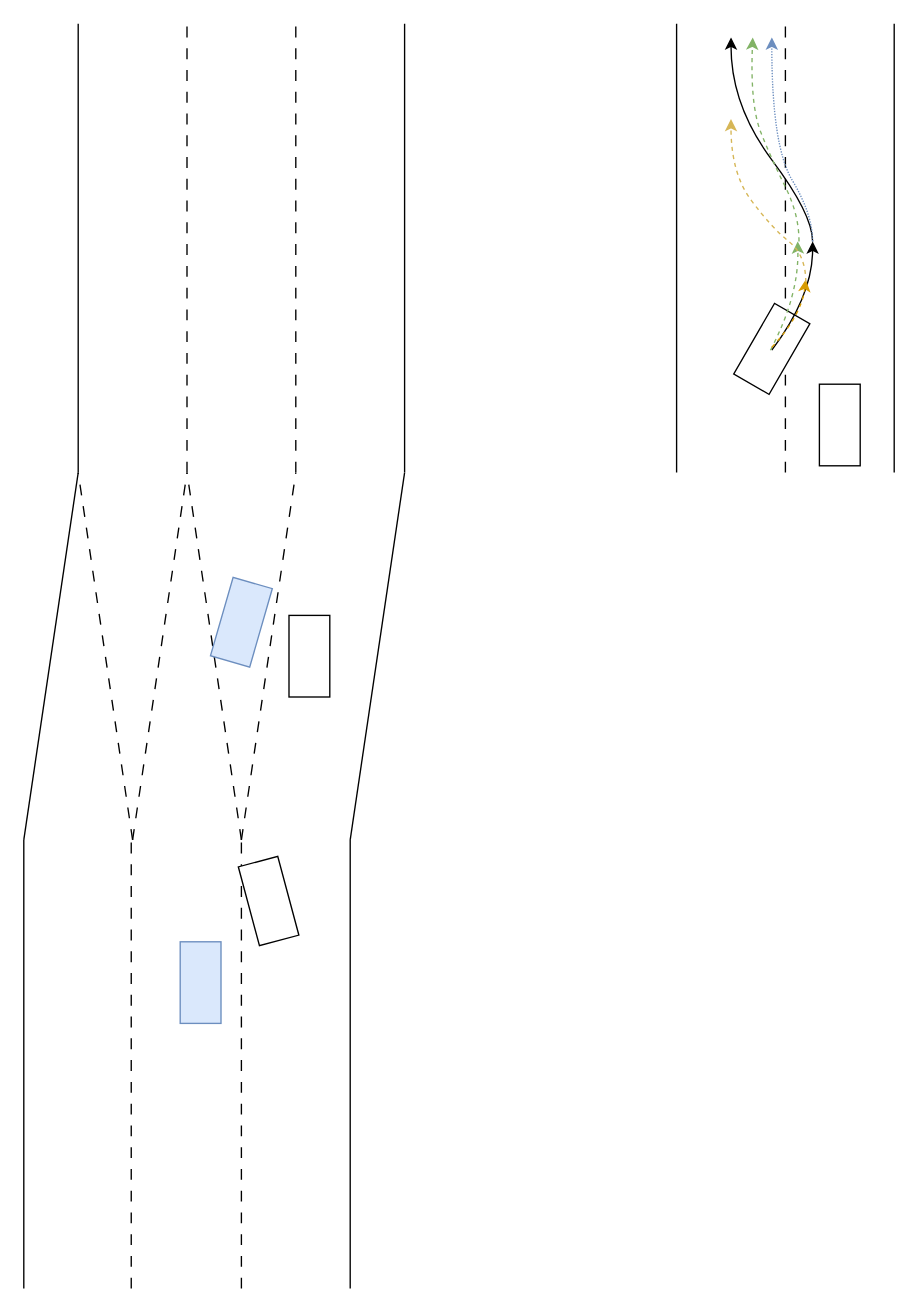
Earlier version of the draw.io diagram Files/trajectory.drawio (zhangjoey115/Diagrams). Source tidied: cells renumbered, new cells numbered last; positions are measured from the earlier drawing's top-left corner, leaving out a move shared by most shapes. Both pictures are drawn from the tidied source at 136%, with x=0, y=0 at pixel (23, 23).
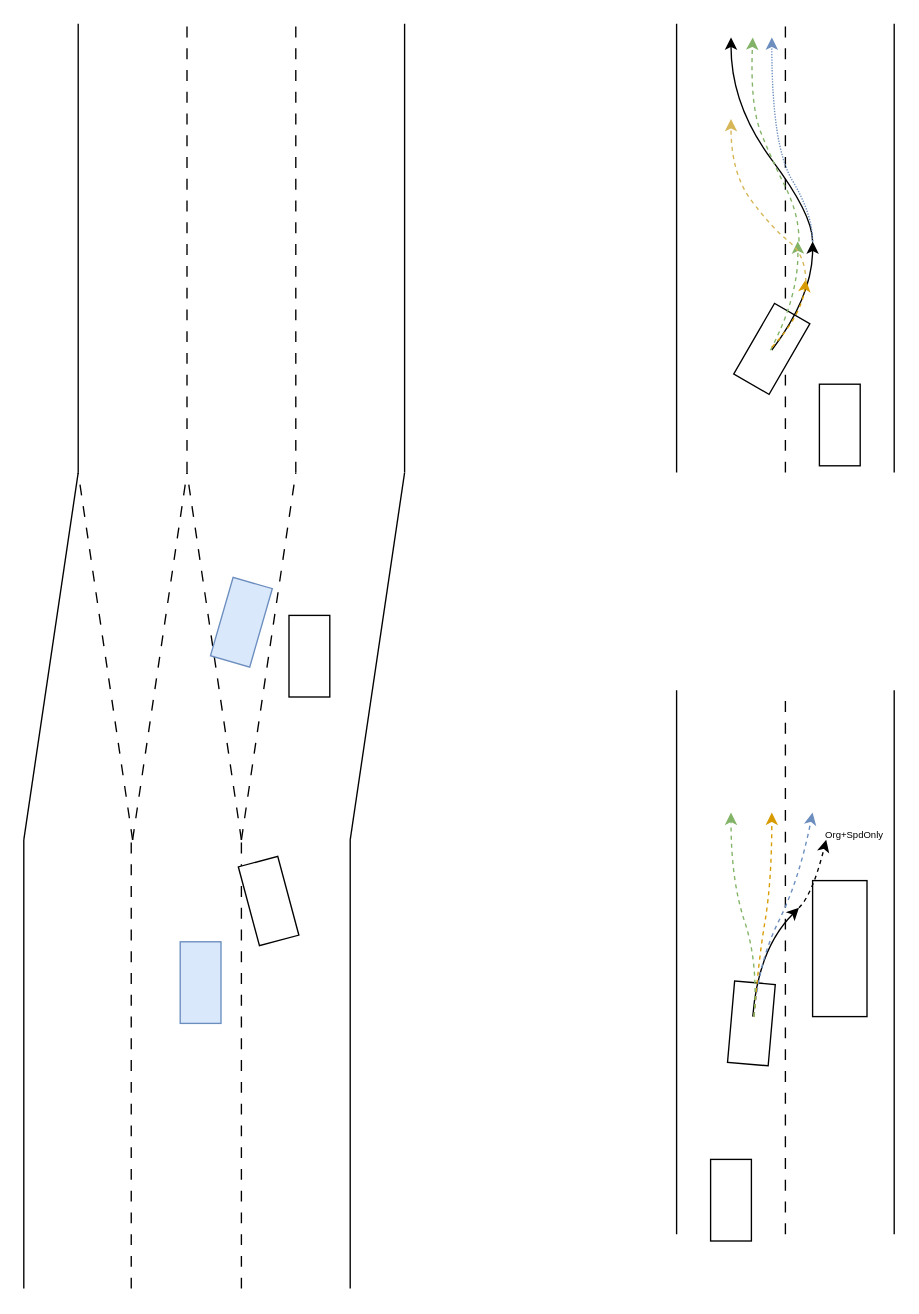
After the change.

Diff of the diagram source:
```diff
@@
+    <mxCell id="32" style="endArrow=none;html=1;rounded=0;" parent="1" edge="1">
+      <mxGeometry relative="1" as="geometry">
+        <mxPoint x="480" y="890" as="sourcePoint" />
+        <mxPoint x="480" y="490" as="targetPoint" />
+      </mxGeometry>
+    </mxCell>
+    <mxCell id="33" style="endArrow=none;html=1;rounded=0;" parent="1" edge="1">
+      <mxGeometry relative="1" as="geometry">
+        <mxPoint x="640" y="890" as="sourcePoint" />
+        <mxPoint x="640" y="490" as="targetPoint" />
+      </mxGeometry>
+    </mxCell>
+    <mxCell id="34" style="endArrow=none;dashed=1;html=1;rounded=0;dashPattern=8 8;" parent="1" edge="1">
+      <mxGeometry relative="1" as="geometry">
+        <mxPoint x="560" y="890" as="sourcePoint" />
+        <mxPoint x="560" y="490" as="targetPoint" />
+      </mxGeometry>
+    </mxCell>
+    <mxCell id="35" style="rounded=0;whiteSpace=wrap;html=1;rotation=-85;" parent="1" vertex="1">
+      <mxGeometry x="505" y="720" width="60" height="30" as="geometry" />
+    </mxCell>
+    <mxCell id="36" style="rounded=0;whiteSpace=wrap;html=1;rotation=-90;" parent="1" vertex="1">
+      <mxGeometry x="550" y="660" width="100" height="40" as="geometry" />
+    </mxCell>
+    <mxCell id="37" style="curved=1;endArrow=classic;html=1;rounded=0;" parent="1" edge="1">
+      <mxGeometry relative="1" as="geometry">
+        <mxPoint x="536" y="730" as="sourcePoint" />
+        <mxPoint x="570" y="650" as="targetPoint" />
+        <Array as="points">
+          <mxPoint x="540" y="680" />
+        </Array>
+      </mxGeometry>
+    </mxCell>
+    <mxCell id="38" style="rounded=0;whiteSpace=wrap;html=1;rotation=-90;" parent="1" vertex="1">
+      <mxGeometry x="490" y="850" width="60" height="30" as="geometry" />
+    </mxCell>
+    <mxCell id="39" style="curved=1;endArrow=classic;html=1;rounded=0;dashed=1;" parent="1" edge="1">
+      <mxGeometry relative="1" as="geometry">
+        <mxPoint x="570" y="650" as="sourcePoint" />
+        <mxPoint x="590" y="600" as="targetPoint" />
+        <Array as="points">
+          <mxPoint x="580" y="640" />
+        </Array>
+      </mxGeometry>
+    </mxCell>
+    <mxCell id="40" style="curved=1;endArrow=classic;html=1;rounded=0;dashed=1;fillColor=#dae8fc;strokeColor=#6c8ebf;" parent="1" edge="1">
+      <mxGeometry relative="1" as="geometry">
+        <mxPoint x="537" y="730" as="sourcePoint" />
+        <mxPoint x="580" y="580" as="targetPoint" />
+        <Array as="points">
+          <mxPoint x="540" y="690" />
+          <mxPoint x="570" y="630" />
+        </Array>
+      </mxGeometry>
+    </mxCell>
+    <mxCell id="41" style="curved=1;endArrow=classic;html=1;rounded=0;dashed=1;fillColor=#ffe6cc;strokeColor=#d79b00;" parent="1" edge="1">
+      <mxGeometry relative="1" as="geometry">
+        <mxPoint x="537" y="730" as="sourcePoint" />
+        <mxPoint x="550" y="580" as="targetPoint" />
+        <Array as="points">
+          <mxPoint x="540" y="690" />
+          <mxPoint x="550" y="630" />
+        </Array>
+      </mxGeometry>
+    </mxCell>
+    <mxCell id="42" style="curved=1;endArrow=classic;html=1;rounded=0;dashed=1;fillColor=#d5e8d4;strokeColor=#82b366;" parent="1" edge="1">
+      <mxGeometry relative="1" as="geometry">
+        <mxPoint x="537" y="730" as="sourcePoint" />
+        <mxPoint x="520" y="580" as="targetPoint" />
+        <Array as="points">
+          <mxPoint x="540" y="690" />
+          <mxPoint x="520" y="630" />
+        </Array>
+      </mxGeometry>
+    </mxCell>
+    <mxCell id="43" value="Org+SpdOnly" style="text;html=1;align=center;verticalAlign=middle;whiteSpace=wrap;rounded=0;fontSize=7;" parent="1" vertex="1">
+      <mxGeometry x="581" y="582" width="60" height="30" as="geometry" />
+    </mxCell>
```
